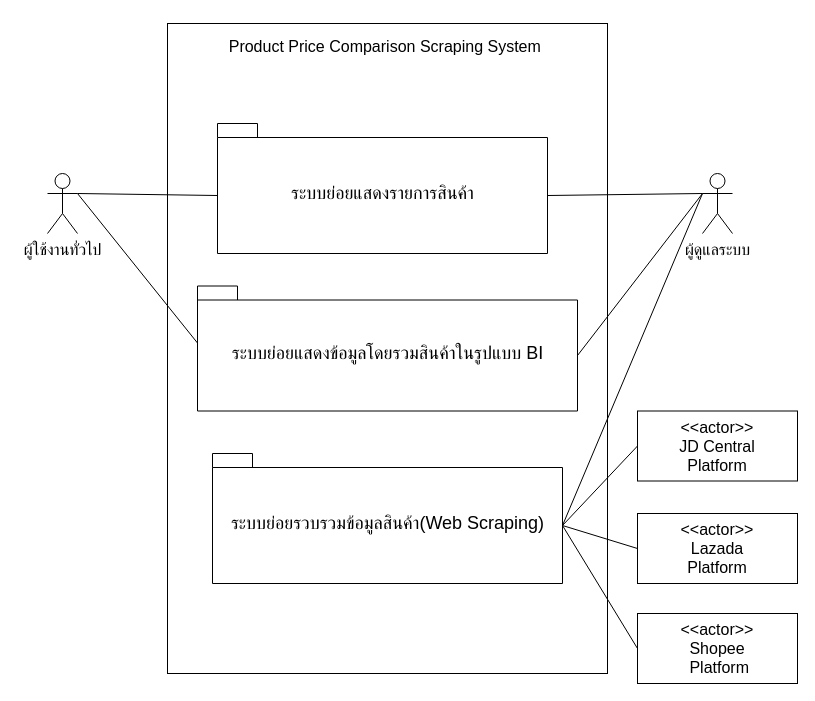
The draw.io diagram Untitled Diagram.drawio in newzyz/Share, before the edit. Source tidied: cells renumbered, new cells numbered last; positions are measured from the earlier drawing's top-left corner, leaving out a move shared by most shapes. Both pictures are drawn from the tidied source at 100%, with x=0, y=0 at pixel (47, 23).
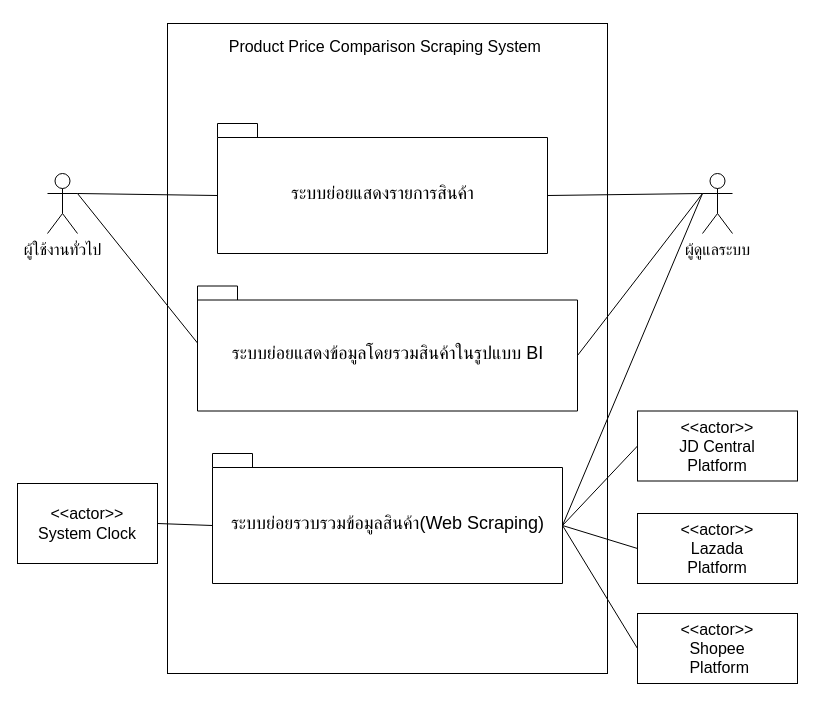
The same diagram, later.

The change refers to these unchanged cells:
```xml
<mxCell id="8" value="&lt;font style=&quot;font-size: 18px ; font-weight: normal&quot;&gt;ระบบย่อยรวบรวมข้อมูลสินค้า(Web Scraping)&lt;/font&gt;" style="shape=folder;fontStyle=1;spacingTop=10;tabWidth=40;tabHeight=14;tabPosition=left;html=1;hachureGap=4;" parent="1" vertex="1">
  <mxGeometry x="165" y="430" width="350" height="130" as="geometry" />
</mxCell>
```

Diff of the diagram source:
```diff
@@
+    <mxCell id="19" value="&lt;span style=&quot;font-size: 16px&quot;&gt;&amp;lt;&amp;lt;actor&amp;gt;&amp;gt;&lt;/span&gt;&lt;br style=&quot;font-size: 16px&quot;&gt;&lt;span style=&quot;font-size: 16px&quot;&gt;System Clock&lt;/span&gt;" style="rounded=0;whiteSpace=wrap;html=1;" parent="1" vertex="1">
+      <mxGeometry x="-30" y="460" width="140" height="80" as="geometry" />
+    </mxCell>
+    <mxCell id="20" style="endArrow=none;html=1;rounded=0;entryX=0;entryY=0;entryDx=0;entryDy=72;entryPerimeter=0;exitX=1;exitY=0.5;exitDx=0;exitDy=0;" parent="1" edge="1" source="19" target="8">
+      <mxGeometry relative="1" as="geometry" />
+    </mxCell>
```
